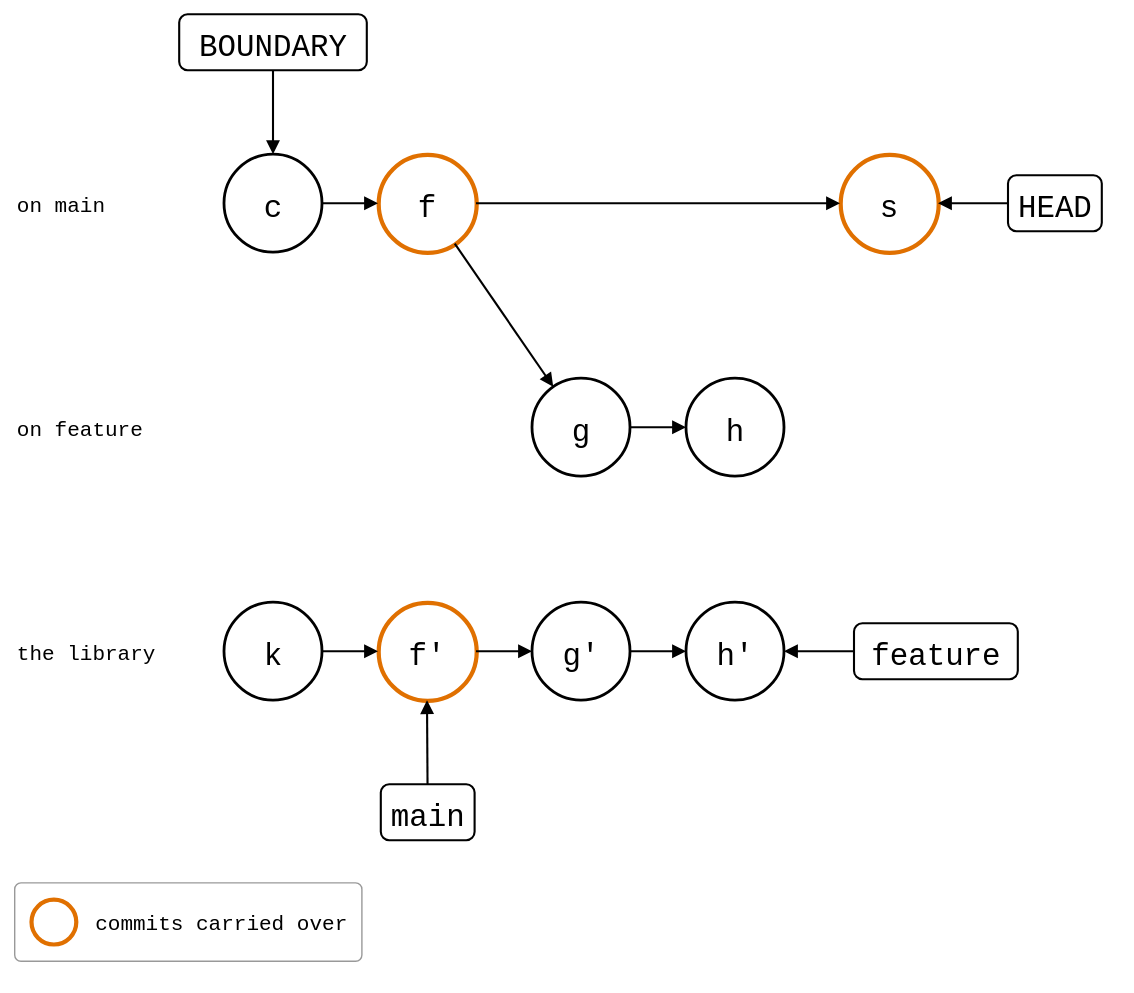
The draw.io diagram docs/05-comparisons/02-third-party/git-subrepo-splice.drawio.svg in roschaefer/git-splice, before a commit. Source tidied: cells renumbered, new cells last; positions are measured from the earlier drawing's top-left corner, leaving out a move shared by most shapes.
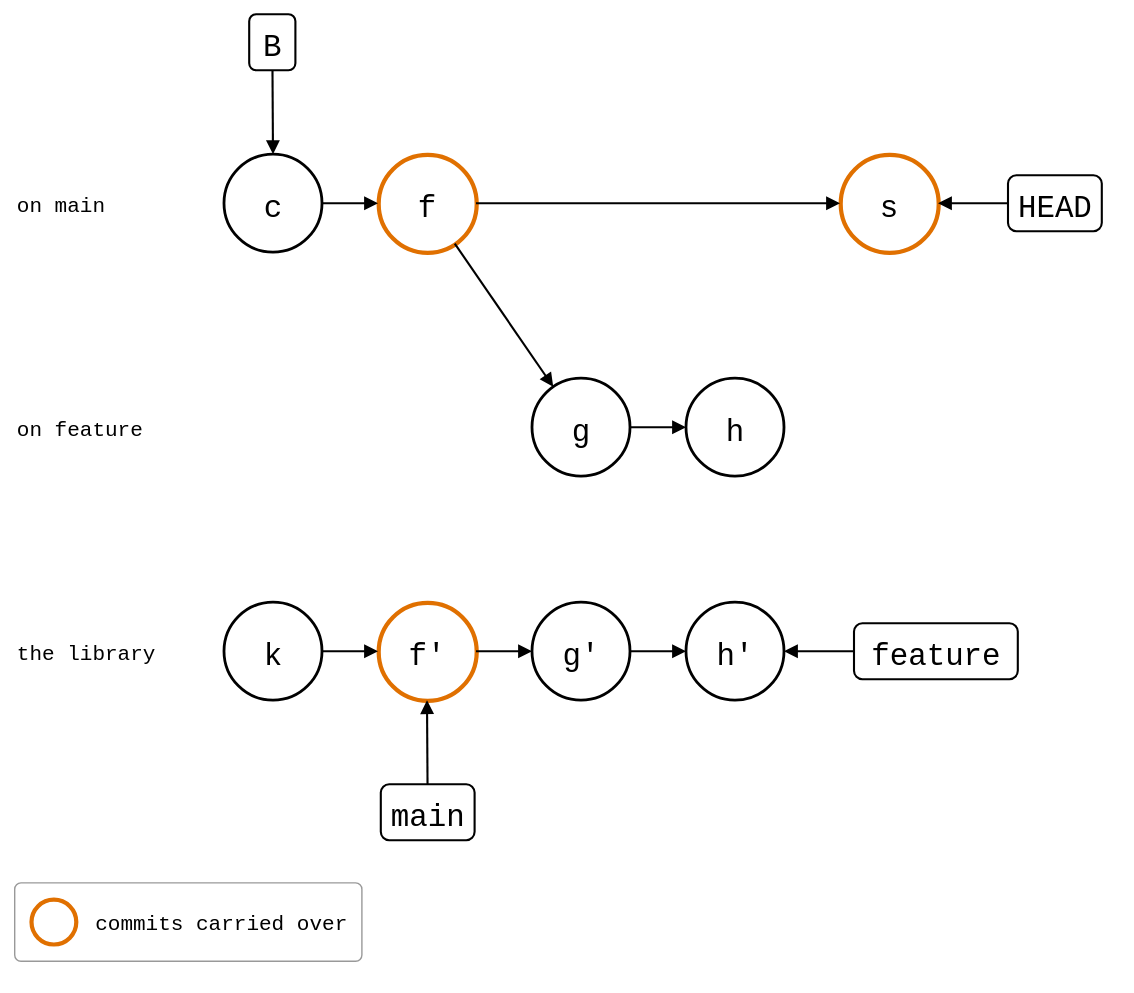
After the change.

Commit message:
docs(comparisons): rework the git-subrepo page with drawings, in fewer words (#406)

The edit, as a diff of the source:
```diff
@@ -44,8 +44,8 @@
     <mxCell id="15" style="endArrow=block;endFill=1;html=1;strokeWidth=1.5;rounded=0;" parent="1" edge="1" source="14" target="7">
       <mxGeometry relative="1" as="geometry" />
     </mxCell>
-    <mxCell id="16" value="BOUNDARY" style="rounded=1;strokeWidth=1.5;fontSize=22;fontFamily=Roboto Mono,monospace;" parent="1" vertex="1">
-      <mxGeometry x="118" width="134" height="40" as="geometry" />
+    <mxCell id="16" value="B" style="rounded=1;strokeWidth=1.5;fontSize=22;fontFamily=Roboto Mono,monospace;" parent="1" vertex="1">
+      <mxGeometry x="168" width="33" height="40" as="geometry" />
     </mxCell>
     <mxCell id="17" style="endArrow=block;endFill=1;html=1;strokeWidth=1.5;rounded=0;" parent="1" edge="1" source="16" target="5">
       <mxGeometry relative="1" as="geometry" />
```
